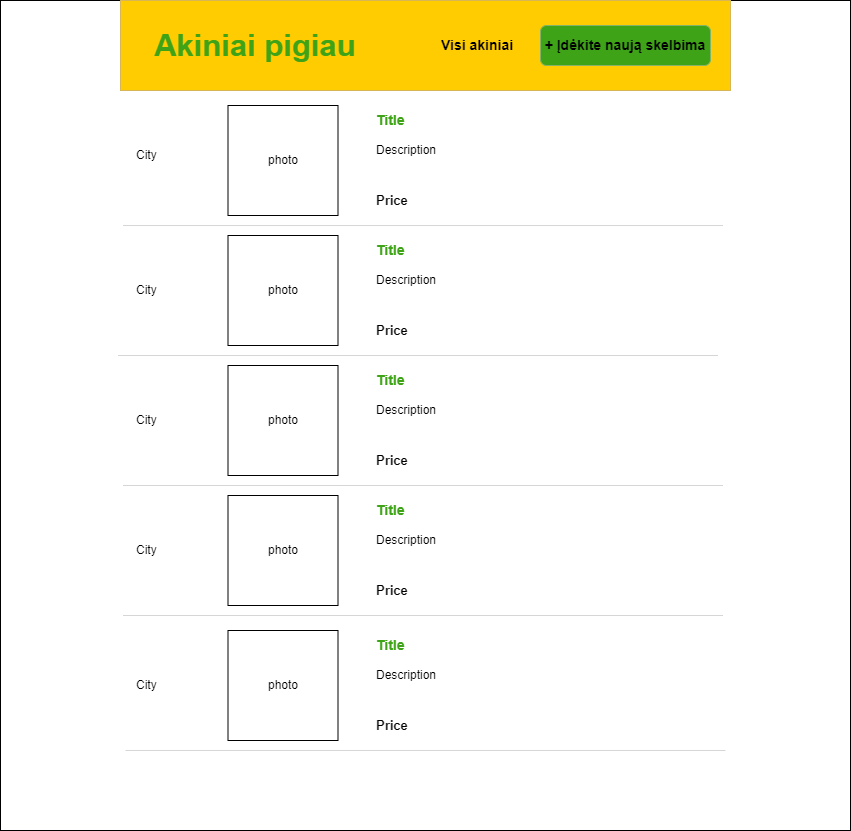
Above: wireframes/index-wireframe.png in pikolas666/type17-javascript-final-work (draw.io), before the change. Source tidied: cells renumbered, new cells last; positions are measured from the earlier drawing's top-left corner, leaving out a move shared by most shapes.
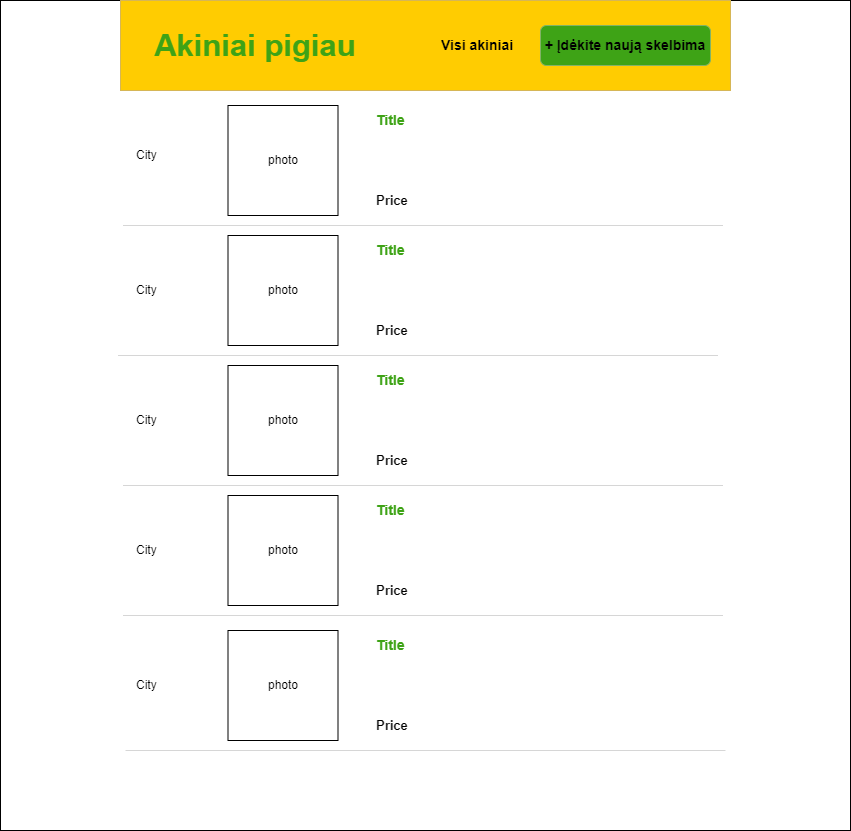
After the commit.

The edit, as a diff of the source:
```diff
@@ -110,45 +110,30 @@
     <mxCell id="32" value="&lt;font size=&quot;1&quot; color=&quot;#3ea316&quot;&gt;&lt;b style=&quot;font-size: 14px;&quot;&gt;Title&lt;/b&gt;&lt;/font&gt;" style="text;strokeColor=none;fillColor=none;align=left;verticalAlign=middle;spacingLeft=4;spacingRight=4;overflow=hidden;whiteSpace=wrap;html=1;" parent="1" vertex="1">
       <mxGeometry x="370" y="105" width="80" height="30" as="geometry" />
     </mxCell>
-    <mxCell id="33" value="Description" style="text;strokeColor=none;fillColor=none;align=left;verticalAlign=middle;spacingLeft=4;spacingRight=4;overflow=hidden;whiteSpace=wrap;html=1;" parent="1" vertex="1">
-      <mxGeometry x="370" y="135" width="80" height="30" as="geometry" />
-    </mxCell>
     <mxCell id="34" value="&lt;b&gt;&lt;font style=&quot;font-size: 13px;&quot;&gt;Price&lt;/font&gt;&lt;/b&gt;" style="text;strokeColor=none;fillColor=none;align=left;verticalAlign=middle;spacingLeft=4;spacingRight=4;overflow=hidden;whiteSpace=wrap;html=1;" parent="1" vertex="1">
       <mxGeometry x="370" y="185" width="80" height="30" as="geometry" />
     </mxCell>
     <mxCell id="35" value="&lt;font size=&quot;1&quot; color=&quot;#3ea316&quot;&gt;&lt;b style=&quot;font-size: 14px;&quot;&gt;Title&lt;/b&gt;&lt;/font&gt;" style="text;strokeColor=none;fillColor=none;align=left;verticalAlign=middle;spacingLeft=4;spacingRight=4;overflow=hidden;whiteSpace=wrap;html=1;" parent="1" vertex="1">
       <mxGeometry x="370" y="235" width="80" height="30" as="geometry" />
     </mxCell>
-    <mxCell id="36" value="Description" style="text;strokeColor=none;fillColor=none;align=left;verticalAlign=middle;spacingLeft=4;spacingRight=4;overflow=hidden;whiteSpace=wrap;html=1;" parent="1" vertex="1">
-      <mxGeometry x="370" y="265" width="80" height="30" as="geometry" />
-    </mxCell>
     <mxCell id="37" value="&lt;b&gt;&lt;font style=&quot;font-size: 13px;&quot;&gt;Price&lt;/font&gt;&lt;/b&gt;" style="text;strokeColor=none;fillColor=none;align=left;verticalAlign=middle;spacingLeft=4;spacingRight=4;overflow=hidden;whiteSpace=wrap;html=1;" parent="1" vertex="1">
       <mxGeometry x="370" y="315" width="80" height="30" as="geometry" />
     </mxCell>
     <mxCell id="38" value="&lt;font size=&quot;1&quot; color=&quot;#3ea316&quot;&gt;&lt;b style=&quot;font-size: 14px;&quot;&gt;Title&lt;/b&gt;&lt;/font&gt;" style="text;strokeColor=none;fillColor=none;align=left;verticalAlign=middle;spacingLeft=4;spacingRight=4;overflow=hidden;whiteSpace=wrap;html=1;" parent="1" vertex="1">
       <mxGeometry x="370" y="365" width="80" height="30" as="geometry" />
     </mxCell>
-    <mxCell id="39" value="Description" style="text;strokeColor=none;fillColor=none;align=left;verticalAlign=middle;spacingLeft=4;spacingRight=4;overflow=hidden;whiteSpace=wrap;html=1;" parent="1" vertex="1">
-      <mxGeometry x="370" y="395" width="80" height="30" as="geometry" />
-    </mxCell>
     <mxCell id="40" value="&lt;b&gt;&lt;font style=&quot;font-size: 13px;&quot;&gt;Price&lt;/font&gt;&lt;/b&gt;" style="text;strokeColor=none;fillColor=none;align=left;verticalAlign=middle;spacingLeft=4;spacingRight=4;overflow=hidden;whiteSpace=wrap;html=1;" parent="1" vertex="1">
       <mxGeometry x="370" y="445" width="80" height="30" as="geometry" />
     </mxCell>
     <mxCell id="41" value="&lt;font size=&quot;1&quot; color=&quot;#3ea316&quot;&gt;&lt;b style=&quot;font-size: 14px;&quot;&gt;Title&lt;/b&gt;&lt;/font&gt;" style="text;strokeColor=none;fillColor=none;align=left;verticalAlign=middle;spacingLeft=4;spacingRight=4;overflow=hidden;whiteSpace=wrap;html=1;" parent="1" vertex="1">
       <mxGeometry x="370" y="495" width="80" height="30" as="geometry" />
     </mxCell>
-    <mxCell id="42" value="Description" style="text;strokeColor=none;fillColor=none;align=left;verticalAlign=middle;spacingLeft=4;spacingRight=4;overflow=hidden;whiteSpace=wrap;html=1;" parent="1" vertex="1">
-      <mxGeometry x="370" y="525" width="80" height="30" as="geometry" />
-    </mxCell>
     <mxCell id="43" value="&lt;b&gt;&lt;font style=&quot;font-size: 13px;&quot;&gt;Price&lt;/font&gt;&lt;/b&gt;" style="text;strokeColor=none;fillColor=none;align=left;verticalAlign=middle;spacingLeft=4;spacingRight=4;overflow=hidden;whiteSpace=wrap;html=1;" parent="1" vertex="1">
       <mxGeometry x="370" y="575" width="80" height="30" as="geometry" />
     </mxCell>
     <mxCell id="44" value="&lt;font size=&quot;1&quot; color=&quot;#3ea316&quot;&gt;&lt;b style=&quot;font-size: 14px;&quot;&gt;Title&lt;/b&gt;&lt;/font&gt;" style="text;strokeColor=none;fillColor=none;align=left;verticalAlign=middle;spacingLeft=4;spacingRight=4;overflow=hidden;whiteSpace=wrap;html=1;" parent="1" vertex="1">
       <mxGeometry x="370" y="630" width="80" height="30" as="geometry" />
     </mxCell>
-    <mxCell id="45" value="Description" style="text;strokeColor=none;fillColor=none;align=left;verticalAlign=middle;spacingLeft=4;spacingRight=4;overflow=hidden;whiteSpace=wrap;html=1;" parent="1" vertex="1">
-      <mxGeometry x="370" y="660" width="80" height="30" as="geometry" />
-    </mxCell>
     <mxCell id="46" value="&lt;b&gt;&lt;font style=&quot;font-size: 13px;&quot;&gt;Price&lt;/font&gt;&lt;/b&gt;" style="text;strokeColor=none;fillColor=none;align=left;verticalAlign=middle;spacingLeft=4;spacingRight=4;overflow=hidden;whiteSpace=wrap;html=1;" parent="1" vertex="1">
       <mxGeometry x="370" y="710" width="80" height="30" as="geometry" />
     </mxCell>
```
